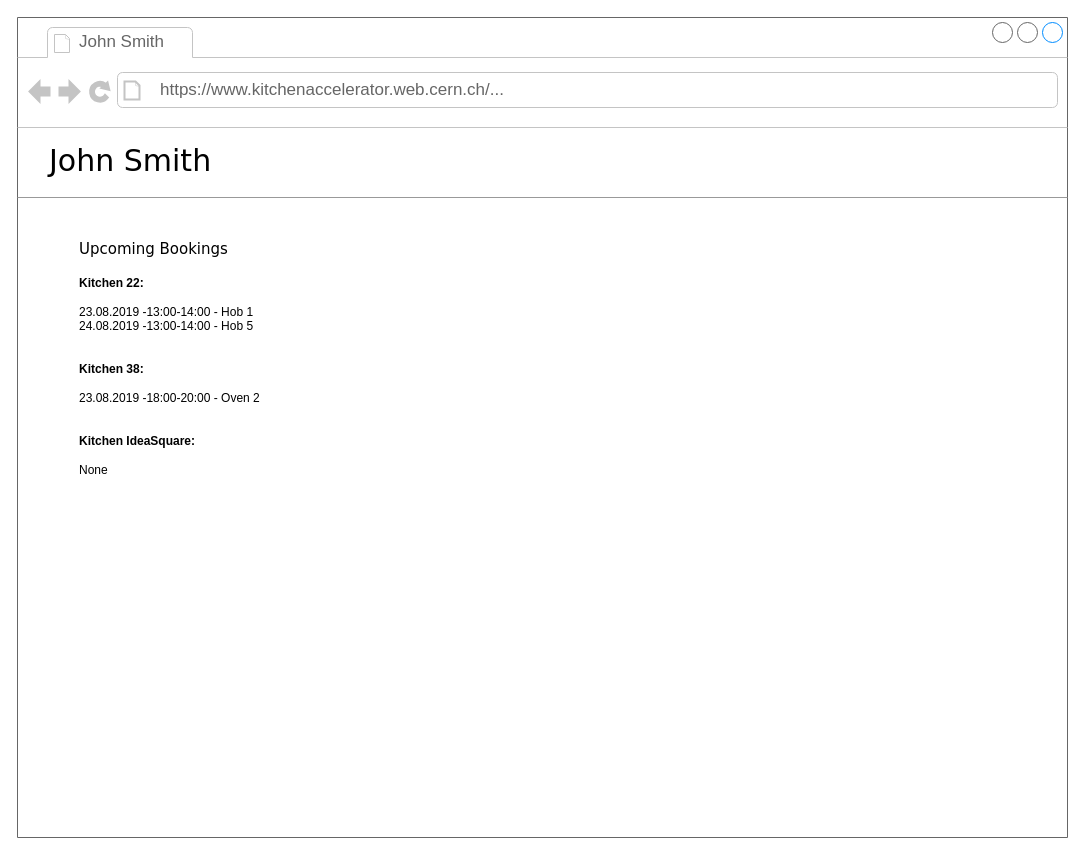
This is page "User" (1 of 5) of media/wireframes/wireframes.drawio from DEUCE1957/kitchen-accelerator, a draw.io file, before an edit. Source tidied: cells renumbered, new cells numbered last; positions are measured from the earlier drawing's top-left corner, leaving out a move shared by most shapes. Both pictures are drawn from the tidied source at 100%, with x=0, y=0 at pixel (17, 17). Pictures stored in the file or linked from it are replaced by grey dashed boxes.
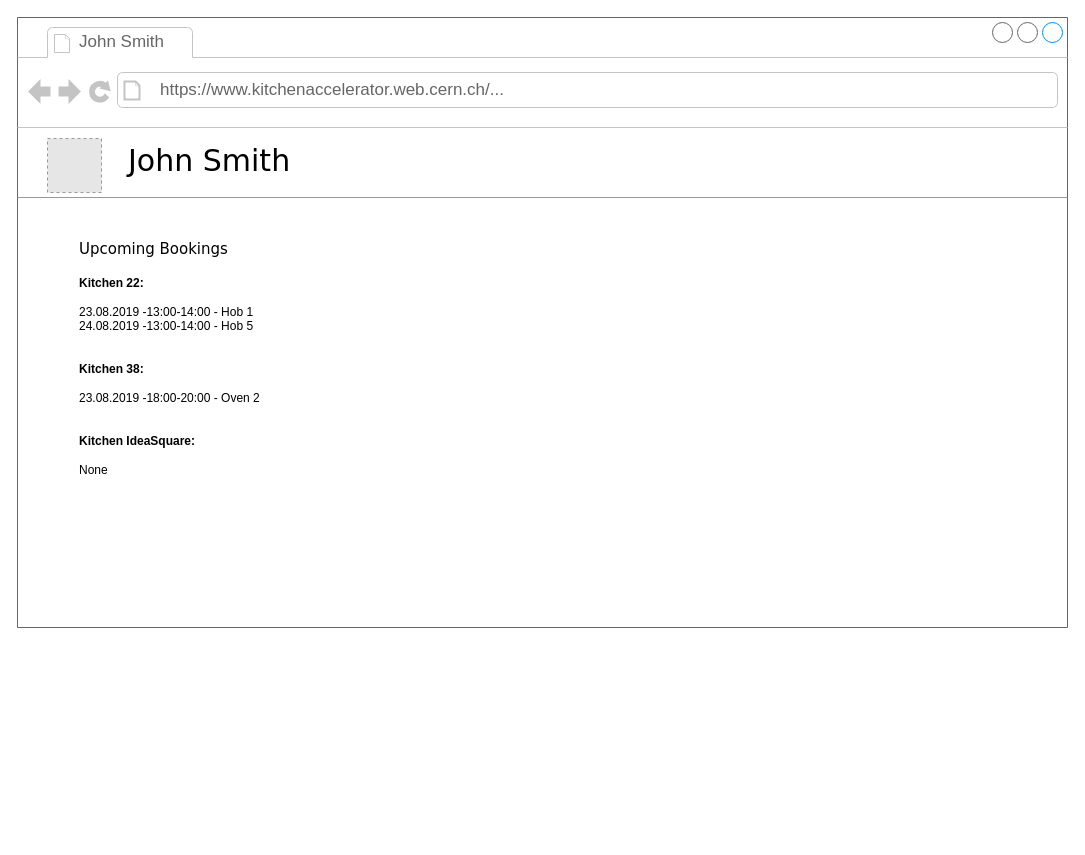
Above is the later version.

What changed in the source:
```diff
@@
 <mxGraphModel background="#ffffff">
   <root>
     <mxCell id="0" />
     <mxCell id="1" parent="0" />
     <mxCell id="2" style="strokeWidth=1;shadow=0;dashed=0;align=center;html=1;shape=mxgraph.mockup.containers.browserWindow;rSize=0;fillColor=#ffffff;strokeColor=#666666;mainText=,;rounded=0;labelBackgroundColor=none;fontFamily=Verdana;fontSize=12;fontColor=#000000;" parent="1" vertex="1">
-      <mxGeometry width="1050" height="820" as="geometry" />
+      <mxGeometry width="1050" height="610" as="geometry" />
     </mxCell>
     <mxCell id="3" value="John Smith" style="strokeWidth=1;shadow=0;dashed=0;align=center;html=1;shape=mxgraph.mockup.containers.anchor;fontSize=17;fontColor=#666666;align=left;" parent="2" vertex="1">
       <mxGeometry x="60" y="12" width="110" height="26" as="geometry" />
     </mxCell>
     <mxCell id="4" value="https://www.kitchenaccelerator.web.cern.ch/..." style="strokeWidth=1;shadow=0;dashed=0;align=center;html=1;shape=mxgraph.mockup.containers.anchor;rSize=0;fontSize=17;fontColor=#666666;align=left;" parent="2" vertex="1">
       <mxGeometry x="141" y="60" width="369" height="26" as="geometry" />
     </mxCell>
     <mxCell id="5" value="John Smith" style="text;html=1;align=left;verticalAlign=top;spacingTop=-4;fontSize=30;fontFamily=Verdana;fontColor=#000000;" parent="2" vertex="1">
-      <mxGeometry x="30" y="123" width="410" height="50" as="geometry" />
+      <mxGeometry x="108.5" y="123" width="410" height="50" as="geometry" />
     </mxCell>
     <mxCell id="6" style="verticalLabelPosition=bottom;shadow=0;dashed=0;align=center;html=1;verticalAlign=top;strokeWidth=1;shape=mxgraph.mockup.markup.line;strokeColor=#999999;rounded=0;labelBackgroundColor=none;fillColor=#ffffff;fontFamily=Verdana;fontSize=12;fontColor=#000000;" parent="2" vertex="1">
       <mxGeometry y="170" width="1050" height="20" as="geometry" />
     </mxCell>
     <mxCell id="7" value="Upcoming Bookings" style="text;html=1;align=left;verticalAlign=top;spacingTop=-4;fontSize=15;fontFamily=Verdana;fontColor=#000000;" parent="2" vertex="1">
       <mxGeometry x="60" y="220" width="170" height="30" as="geometry" />
     </mxCell>
     <mxCell id="8" value="&lt;div&gt;&lt;b&gt;Kitchen 22:&lt;/b&gt;&lt;/div&gt;&lt;div&gt;&lt;br&gt;&lt;/div&gt;&lt;div&gt;23.08.2019 -13:00-14:00 - Hob 1&lt;/div&gt;&lt;div&gt;&lt;div&gt;24.08.2019 -13:00-14:00 - Hob 5&lt;/div&gt;&lt;div&gt;&lt;br&gt;&lt;/div&gt;&lt;div&gt;&lt;br&gt;&lt;/div&gt;&lt;div&gt;&lt;b&gt;Kitchen 38:&lt;/b&gt;&lt;/div&gt;&lt;div&gt;&lt;br&gt;&lt;/div&gt;&lt;div&gt;&lt;div&gt;23.08.2019 -18:00-20:00 - Oven 2&lt;br&gt;&lt;/div&gt;&lt;div&gt;&lt;br&gt;&lt;/div&gt;&lt;div&gt;&lt;br&gt;&lt;/div&gt;&lt;div&gt;&lt;div&gt;&lt;b&gt;Kitchen IdeaSquare:&lt;/b&gt;&lt;/div&gt;&lt;div&gt;&lt;br&gt;&lt;/div&gt;&lt;div&gt;None&lt;br&gt;&lt;/div&gt;&lt;div&gt;&lt;br&gt;&lt;/div&gt;&lt;/div&gt;&lt;/div&gt;&lt;/div&gt;" style="text;spacingTop=-5;fillColor=#ffffff;whiteSpace=wrap;html=1;align=left;fontSize=12;fontFamily=Helvetica;fillColor=none;strokeColor=none;rounded=0;shadow=1;labelBackgroundColor=none;" parent="2" vertex="1">
       <mxGeometry x="60" y="257" width="210" height="240" as="geometry" />
     </mxCell>
+    <mxCell id="9" style="fillColor=#E6E6E6;strokeColor=#999999;dashed=1;html=1;verticalAlign=top;verticalLabelPosition=bottom;labelBackgroundColor=#ffffff;fontFamily=Helvetica;fontSize=14;" parent="2" vertex="1">
+      <mxGeometry x="30" y="121" width="54" height="54" as="geometry" />
+    </mxCell>
   </root>
 </mxGraphModel>
```
